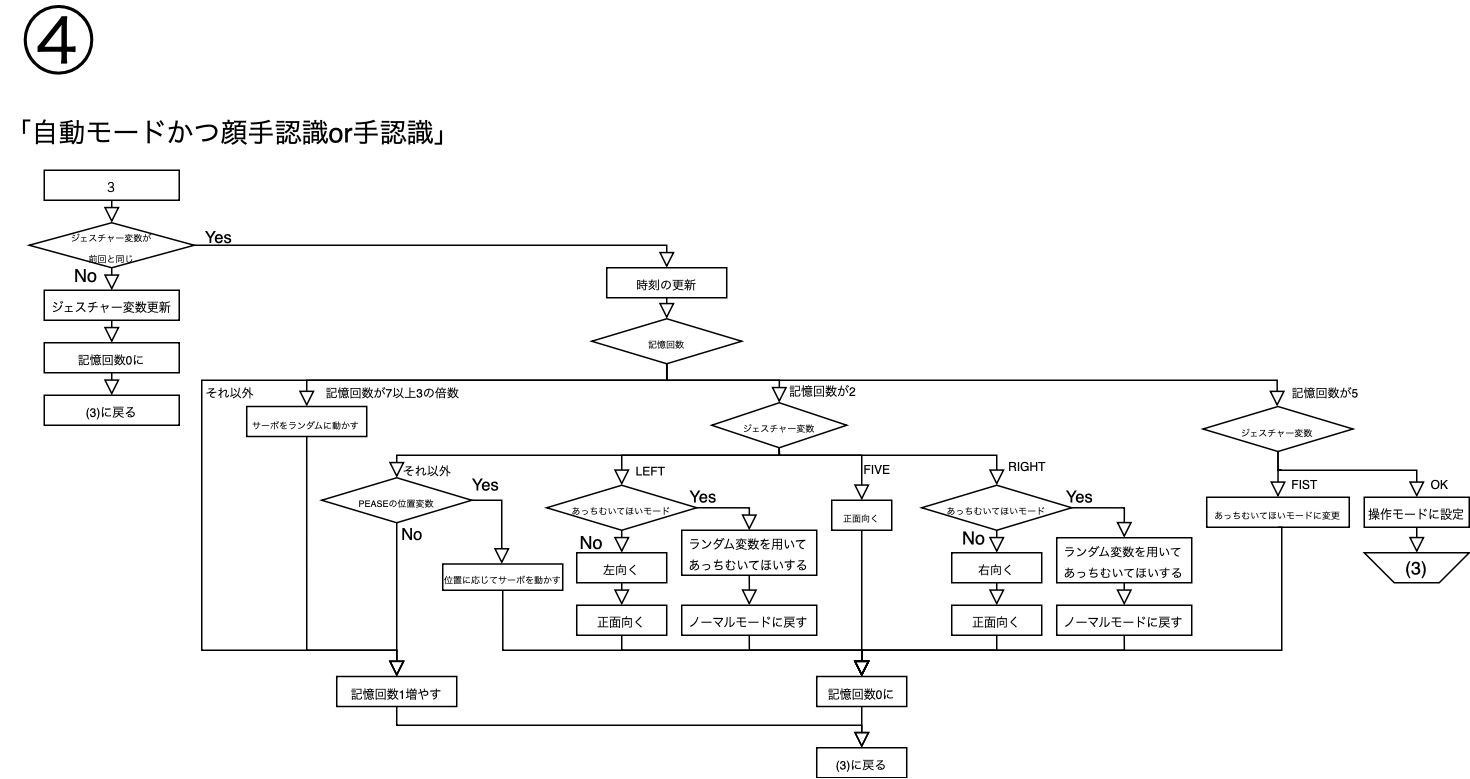
yaotaim/kawarobo.github.io keeps this draw.io diagram as images/kawarobo/hand_jes.drawio.png. Above is the earlier version. Source tidied: cells renumbered, new cells last; positions are measured from the earlier drawing's top-left corner, leaving out a move shared by most shapes.
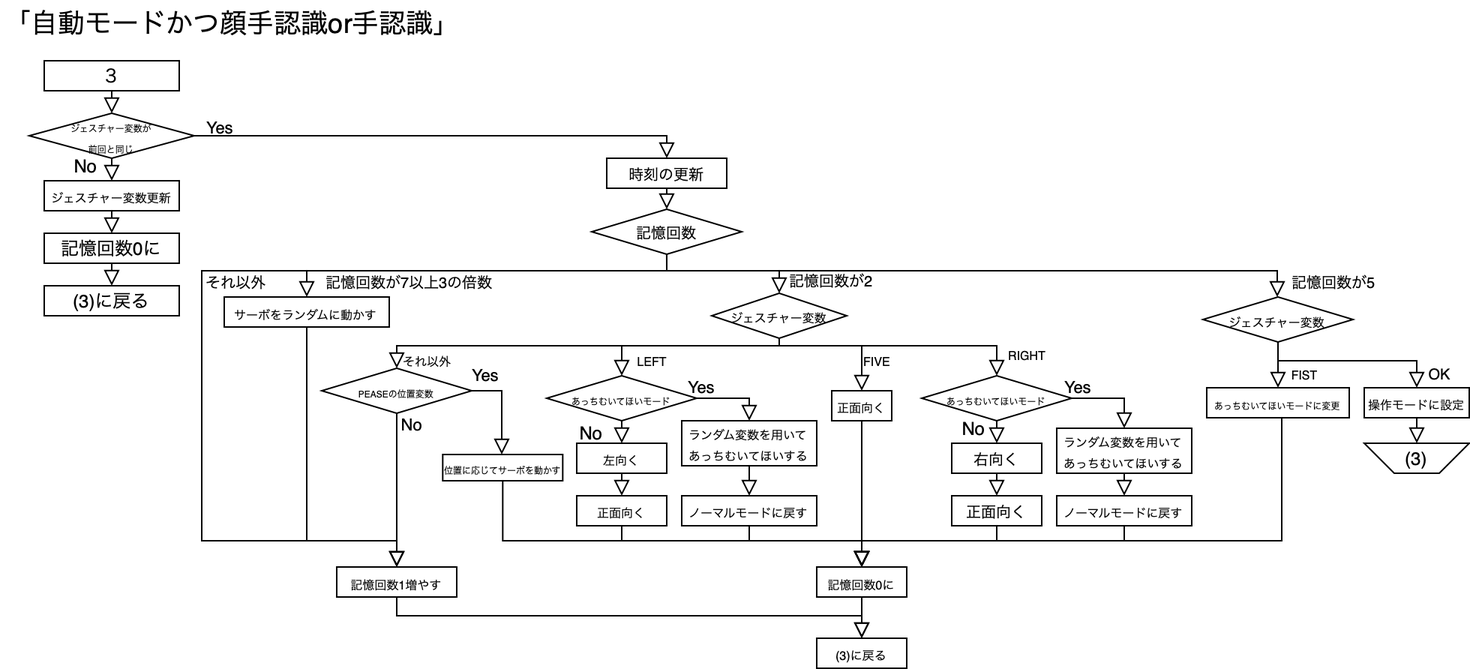
Later version of the same file.

The edit, as a diff of the source:
```diff
@@ -18,28 +18,28 @@
     <mxCell id="5" value="No" style="text;html=1;align=center;verticalAlign=middle;whiteSpace=wrap;rounded=0;" parent="1" vertex="1">
       <mxGeometry x="27.4" y="155" width="60" height="30" as="geometry" />
     </mxCell>
-    <mxCell id="6" value="&lt;span style=&quot;font-size: 8px;&quot;&gt;時刻の更新&lt;/span&gt;" style="rounded=0;whiteSpace=wrap;html=1;" parent="1" vertex="1">
+    <mxCell id="6" value="&lt;font style=&quot;font-size: 10px;&quot;&gt;時刻の更新&lt;/font&gt;" style="rounded=0;whiteSpace=wrap;html=1;" parent="1" vertex="1">
       <mxGeometry x="404" y="165" width="80" height="20" as="geometry" />
     </mxCell>
     <mxCell id="7" style="rounded=0;html=1;jettySize=auto;fontSize=11;endArrow=block;endFill=0;endSize=8;strokeWidth=1;shadow=0;labelBackgroundColor=none;edgeStyle=orthogonalEdgeStyle;exitX=0.5;exitY=1;exitDx=0;exitDy=0;entryX=0.5;entryY=0;entryDx=0;entryDy=0;" parent="1" edge="1" source="6" target="12">
       <mxGeometry relative="1" as="geometry" />
     </mxCell>
-    <mxCell id="8" value="&lt;span style=&quot;font-size: 8px;&quot;&gt;ジェスチャー変数更新&lt;/span&gt;" style="rounded=0;whiteSpace=wrap;html=1;" parent="1" vertex="1">
+    <mxCell id="8" value="&lt;font style=&quot;font-size: 8px;&quot;&gt;ジェスチャー変数更新&lt;/font&gt;" style="rounded=0;whiteSpace=wrap;html=1;" parent="1" vertex="1">
       <mxGeometry x="29" y="180" width="90" height="20" as="geometry" />
     </mxCell>
     <mxCell id="9" style="rounded=0;html=1;jettySize=auto;fontSize=11;endArrow=block;endFill=0;endSize=8;strokeWidth=1;shadow=0;labelBackgroundColor=none;edgeStyle=orthogonalEdgeStyle;exitX=0.5;exitY=1;exitDx=0;exitDy=0;entryX=0.5;entryY=0;entryDx=0;entryDy=0;" parent="1" edge="1" source="8" target="10">
       <mxGeometry relative="1" as="geometry" />
     </mxCell>
-    <mxCell id="10" value="&lt;span style=&quot;font-size: 8px;&quot;&gt;記憶回数0に&lt;/span&gt;" style="rounded=0;whiteSpace=wrap;html=1;" parent="1" vertex="1">
+    <mxCell id="10" value="&lt;font style=&quot;font-size: 12px;&quot;&gt;記憶回数0に&lt;/font&gt;" style="rounded=0;whiteSpace=wrap;html=1;" parent="1" vertex="1">
       <mxGeometry x="29" y="215" width="90" height="20" as="geometry" />
     </mxCell>
     <mxCell id="11" style="rounded=0;html=1;jettySize=auto;fontSize=11;endArrow=block;endFill=0;endSize=8;strokeWidth=1;shadow=0;labelBackgroundColor=none;edgeStyle=orthogonalEdgeStyle;exitX=0.5;exitY=1;exitDx=0;exitDy=0;entryX=0.5;entryY=0;entryDx=0;entryDy=0;" parent="1" edge="1" source="10" target="70">
       <mxGeometry relative="1" as="geometry" />
     </mxCell>
-    <mxCell id="12" value="&lt;span style=&quot;font-size: 6px;&quot;&gt;記憶回数&lt;/span&gt;" style="rhombus;whiteSpace=wrap;html=1;" parent="1" vertex="1">
+    <mxCell id="12" value="&lt;font style=&quot;font-size: 10px;&quot;&gt;記憶回数&lt;/font&gt;" style="rhombus;whiteSpace=wrap;html=1;" parent="1" vertex="1">
       <mxGeometry x="394" y="199" width="100" height="30" as="geometry" />
     </mxCell>
-    <mxCell id="13" value="&lt;span style=&quot;font-size: 8px;&quot;&gt;３&lt;/span&gt;" style="rounded=0;whiteSpace=wrap;html=1;" parent="1" vertex="1">
+    <mxCell id="13" value="&lt;font style=&quot;font-size: 12px;&quot;&gt;３&lt;/font&gt;" style="rounded=0;whiteSpace=wrap;html=1;" parent="1" vertex="1">
       <mxGeometry x="29" y="100" width="90" height="20" as="geometry" />
     </mxCell>
     <mxCell id="14" style="rounded=0;html=1;jettySize=auto;fontSize=11;endArrow=block;endFill=0;endSize=8;strokeWidth=1;shadow=0;labelBackgroundColor=none;edgeStyle=orthogonalEdgeStyle;exitX=0.5;exitY=1;exitDx=0;exitDy=0;entryX=0.5;entryY=0;entryDx=0;entryDy=0;" parent="1" edge="1" source="13" target="2">
@@ -48,7 +48,7 @@
     <mxCell id="15" value="&lt;font style=&quot;font-size: 18px;&quot;&gt;「自動モードかつ&lt;font&gt;顔手認識or手認識」&lt;/font&gt;&lt;/font&gt;" style="text;html=1;align=center;verticalAlign=middle;whiteSpace=wrap;rounded=0;" parent="1" vertex="1">
       <mxGeometry y="60" width="310" height="30" as="geometry" />
     </mxCell>
-    <mxCell id="16" value="&lt;span style=&quot;font-size: 6px;&quot;&gt;ジェスチャー変数&lt;/span&gt;" style="rhombus;whiteSpace=wrap;html=1;" parent="1" vertex="1">
+    <mxCell id="16" value="&lt;font style=&quot;font-size: 8px;&quot;&gt;ジェスチャー変数&lt;/font&gt;" style="rhombus;whiteSpace=wrap;html=1;" parent="1" vertex="1">
       <mxGeometry x="474" y="255" width="90" height="30" as="geometry" />
     </mxCell>
     <mxCell id="17" value="&lt;font style=&quot;font-size: 8px;&quot;&gt;RIGHT&lt;/font&gt;" style="rounded=0;html=1;jettySize=auto;fontSize=11;endArrow=block;endFill=0;endSize=8;strokeWidth=1;shadow=0;labelBackgroundColor=none;edgeStyle=orthogonalEdgeStyle;exitX=0.5;exitY=1;exitDx=0;exitDy=0;entryX=0.5;entryY=0;entryDx=0;entryDy=0;" parent="1" edge="1" source="16" target="18">
@@ -81,13 +81,13 @@
     <mxCell id="23" style="rounded=0;html=1;jettySize=auto;fontSize=11;endArrow=block;endFill=0;endSize=8;strokeWidth=1;shadow=0;labelBackgroundColor=none;edgeStyle=orthogonalEdgeStyle;exitX=0.5;exitY=1;exitDx=0;exitDy=0;entryX=0.5;entryY=0;entryDx=0;entryDy=0;" parent="1" edge="1" source="22" target="27">
       <mxGeometry relative="1" as="geometry" />
     </mxCell>
-    <mxCell id="24" value="&lt;span style=&quot;font-size: 8px;&quot;&gt;右向く&lt;/span&gt;" style="rounded=0;whiteSpace=wrap;html=1;" parent="1" vertex="1">
+    <mxCell id="24" value="&lt;font style=&quot;font-size: 10px;&quot;&gt;右向く&lt;/font&gt;" style="rounded=0;whiteSpace=wrap;html=1;" parent="1" vertex="1">
       <mxGeometry x="634" y="355" width="60" height="20" as="geometry" />
     </mxCell>
     <mxCell id="25" style="rounded=0;html=1;jettySize=auto;fontSize=11;endArrow=block;endFill=0;endSize=8;strokeWidth=1;shadow=0;labelBackgroundColor=none;edgeStyle=orthogonalEdgeStyle;exitX=0.5;exitY=1;exitDx=0;exitDy=0;entryX=0.5;entryY=0;entryDx=0;entryDy=0;" parent="1" edge="1" source="24" target="26">
       <mxGeometry relative="1" as="geometry" />
     </mxCell>
-    <mxCell id="26" value="&lt;span style=&quot;font-size: 8px;&quot;&gt;正面向く&lt;/span&gt;" style="rounded=0;whiteSpace=wrap;html=1;" parent="1" vertex="1">
+    <mxCell id="26" value="&lt;font style=&quot;font-size: 10px;&quot;&gt;正面向く&lt;/font&gt;" style="rounded=0;whiteSpace=wrap;html=1;" parent="1" vertex="1">
       <mxGeometry x="634" y="390" width="60" height="20" as="geometry" />
     </mxCell>
     <mxCell id="27" value="&lt;span style=&quot;font-size: 8px;&quot;&gt;ノーマルモードに戻す&lt;/span&gt;" style="rounded=0;whiteSpace=wrap;html=1;" parent="1" vertex="1">
@@ -101,7 +101,7 @@
         </Array>
       </mxGeometry>
     </mxCell>
-    <mxCell id="29" value="&lt;font style=&quot;font-size: 6px;&quot;&gt;正面向く&lt;/font&gt;" style="rounded=0;whiteSpace=wrap;html=1;" parent="1" vertex="1">
+    <mxCell id="29" value="&lt;font style=&quot;font-size: 8px;&quot;&gt;正面向く&lt;/font&gt;" style="rounded=0;whiteSpace=wrap;html=1;" parent="1" vertex="1">
       <mxGeometry x="554" y="320" width="40" height="20" as="geometry" />
     </mxCell>
     <mxCell id="30" value="&lt;font style=&quot;font-size: 8px;&quot;&gt;LEFT&lt;/font&gt;" style="rounded=0;html=1;jettySize=auto;fontSize=11;endArrow=block;endFill=0;endSize=8;strokeWidth=1;shadow=0;labelBackgroundColor=none;edgeStyle=orthogonalEdgeStyle;exitX=0.5;exitY=1;exitDx=0;exitDy=0;entryX=0.5;entryY=0;entryDx=0;entryDy=0;" parent="1" edge="1" source="16" target="31">
@@ -241,8 +241,8 @@
         </Array>
       </mxGeometry>
     </mxCell>
-    <mxCell id="54" value="&lt;span style=&quot;font-size: 6px;&quot;&gt;サーボをランダムに動かす&lt;/span&gt;" style="rounded=0;whiteSpace=wrap;html=1;" parent="1" vertex="1">
-      <mxGeometry x="164" y="257.5" width="80" height="20" as="geometry" />
+    <mxCell id="54" value="&lt;font style=&quot;font-size: 8px;&quot;&gt;サーボをランダムに動かす&lt;/font&gt;" style="rounded=0;whiteSpace=wrap;html=1;" parent="1" vertex="1">
+      <mxGeometry x="149" y="257.5" width="110" height="20" as="geometry" />
     </mxCell>
     <mxCell id="55" style="rounded=0;html=1;jettySize=auto;fontSize=11;endArrow=block;endFill=0;endSize=8;strokeWidth=1;shadow=0;labelBackgroundColor=none;edgeStyle=orthogonalEdgeStyle;exitX=0.5;exitY=1;exitDx=0;exitDy=0;entryX=0.5;entryY=0;entryDx=0;entryDy=0;" parent="1" edge="1" source="54" target="46">
       <mxGeometry relative="1" as="geometry">
@@ -252,7 +252,7 @@
         </Array>
       </mxGeometry>
     </mxCell>
-    <mxCell id="56" value="&lt;div style=&quot;text-align: center;&quot;&gt;&lt;span style=&quot;font-size: 8px; text-wrap-mode: nowrap;&quot;&gt;記憶回数が7以上3の倍数&lt;/span&gt;&lt;/div&gt;" style="text;whiteSpace=wrap;html=1;" parent="1" vertex="1">
+    <mxCell id="56" value="&lt;div style=&quot;text-align: center;&quot;&gt;&lt;span style=&quot;text-wrap-mode: nowrap;&quot;&gt;&lt;font style=&quot;font-size: 10px;&quot;&gt;記憶回数が7以上3の倍数&lt;/font&gt;&lt;/span&gt;&lt;/div&gt;" style="text;whiteSpace=wrap;html=1;" parent="1" vertex="1">
       <mxGeometry x="214.7" y="234" width="80" height="36" as="geometry" />
     </mxCell>
     <mxCell id="57" style="rounded=0;html=1;jettySize=auto;fontSize=11;endArrow=block;endFill=0;endSize=8;strokeWidth=1;shadow=0;labelBackgroundColor=none;edgeStyle=orthogonalEdgeStyle;entryX=0.5;entryY=0;entryDx=0;entryDy=0;exitX=0.5;exitY=1;exitDx=0;exitDy=0;" parent="1" edge="1" source="48" target="74">
@@ -263,7 +263,7 @@
         </Array>
       </mxGeometry>
     </mxCell>
-    <mxCell id="58" value="&lt;span style=&quot;font-size: 6px;&quot;&gt;ジェスチャー変数&lt;/span&gt;" style="rhombus;whiteSpace=wrap;html=1;" parent="1" vertex="1">
+    <mxCell id="58" value="&lt;font style=&quot;font-size: 8px;&quot;&gt;ジェスチャー変数&lt;/font&gt;" style="rhombus;whiteSpace=wrap;html=1;" parent="1" vertex="1">
       <mxGeometry x="801.5" y="257.5" width="100" height="30" as="geometry" />
     </mxCell>
     <mxCell id="59" value="&lt;font style=&quot;font-size: 8px;&quot;&gt;操作モードに&lt;/font&gt;&lt;font style=&quot;font-size: 8px;&quot;&gt;設定&lt;/font&gt;" style="rounded=0;whiteSpace=wrap;html=1;" parent="1" vertex="1">
@@ -277,7 +277,7 @@
         </Array>
       </mxGeometry>
     </mxCell>
-    <mxCell id="61" value="&lt;font style=&quot;font-size: 8px;&quot;&gt;OK&lt;/font&gt;" style="text;html=1;align=center;verticalAlign=middle;strokeColor=none;fillColor=none;" parent="1" vertex="1">
+    <mxCell id="61" value="&lt;font style=&quot;font-size: 10px;&quot;&gt;OK&lt;/font&gt;" style="text;html=1;align=center;verticalAlign=middle;strokeColor=none;fillColor=none;" parent="1" vertex="1">
       <mxGeometry x="938.7" y="292.5" width="40" height="30" as="geometry" />
     </mxCell>
     <mxCell id="62" style="group;" parent="1" vertex="1">
@@ -315,10 +315,10 @@
     <mxCell id="69" style="rounded=0;html=1;jettySize=auto;fontSize=11;endArrow=block;endFill=0;endSize=8;strokeWidth=1;shadow=0;labelBackgroundColor=none;edgeStyle=orthogonalEdgeStyle;exitX=0.5;exitY=1;exitDx=0;exitDy=0;entryX=0.5;entryY=1;entryDx=0;entryDy=0;" parent="1" edge="1" source="59" target="63">
       <mxGeometry relative="1" as="geometry" />
     </mxCell>
-    <mxCell id="70" value="&lt;span style=&quot;font-size: 8px;&quot;&gt;(3)に戻る&lt;/span&gt;" style="rounded=0;whiteSpace=wrap;html=1;" parent="1" vertex="1">
+    <mxCell id="70" value="&lt;font style=&quot;font-size: 12px;&quot;&gt;(3)に戻る&lt;/font&gt;" style="rounded=0;whiteSpace=wrap;html=1;" parent="1" vertex="1">
       <mxGeometry x="29" y="250" width="90" height="20" as="geometry" />
     </mxCell>
-    <mxCell id="71" value="&lt;div style=&quot;text-align: center;&quot;&gt;&lt;span style=&quot;font-size: 8px; text-wrap-mode: nowrap;&quot;&gt;記憶回数が5&lt;/span&gt;&lt;/div&gt;" style="text;whiteSpace=wrap;html=1;" parent="1" vertex="1">
+    <mxCell id="71" value="&lt;div style=&quot;text-align: center;&quot;&gt;&lt;span style=&quot;text-wrap-mode: nowrap;&quot;&gt;&lt;font style=&quot;font-size: 10px;&quot;&gt;記憶回数が5&lt;/font&gt;&lt;/span&gt;&lt;/div&gt;" style="text;whiteSpace=wrap;html=1;" parent="1" vertex="1">
       <mxGeometry x="858.7" y="234" width="50.3" height="27" as="geometry" />
     </mxCell>
     <mxCell id="72" style="rounded=0;html=1;jettySize=auto;fontSize=11;endArrow=block;endFill=0;endSize=8;strokeWidth=1;shadow=0;labelBackgroundColor=none;edgeStyle=orthogonalEdgeStyle;exitX=0.5;exitY=1;exitDx=0;exitDy=0;entryX=0.5;entryY=0;entryDx=0;entryDy=0;" parent="1" edge="1" source="12" target="46">
@@ -331,7 +331,7 @@
         </Array>
       </mxGeometry>
     </mxCell>
-    <mxCell id="73" value="&lt;div style=&quot;text-align: center;&quot;&gt;&lt;span style=&quot;font-size: 8px; text-wrap-mode: nowrap;&quot;&gt;それ以外&lt;/span&gt;&lt;/div&gt;" style="text;whiteSpace=wrap;html=1;" parent="1" vertex="1">
+    <mxCell id="73" value="&lt;div style=&quot;text-align: center;&quot;&gt;&lt;span style=&quot;text-wrap-mode: nowrap;&quot;&gt;&lt;font style=&quot;font-size: 10px;&quot;&gt;それ以外&lt;/font&gt;&lt;/span&gt;&lt;/div&gt;" style="text;whiteSpace=wrap;html=1;" parent="1" vertex="1">
       <mxGeometry x="135" y="234" width="40" height="25" as="geometry" />
     </mxCell>
     <mxCell id="74" value="&lt;span style=&quot;font-size: 8px;&quot;&gt;(3)に戻る&lt;/span&gt;" style="rounded=0;whiteSpace=wrap;html=1;" parent="1" vertex="1">
@@ -362,14 +362,11 @@
         </Array>
       </mxGeometry>
     </mxCell>
-    <mxCell id="78" value="&lt;div style=&quot;text-align: center;&quot;&gt;&lt;span style=&quot;font-size: 8px; text-wrap-mode: nowrap;&quot;&gt;記憶回数が2&lt;/span&gt;&lt;/div&gt;" style="text;whiteSpace=wrap;html=1;" parent="1" vertex="1">
+    <mxCell id="78" value="&lt;div style=&quot;text-align: center;&quot;&gt;&lt;span style=&quot;text-wrap-mode: nowrap;&quot;&gt;&lt;font style=&quot;font-size: 10px;&quot;&gt;記憶回数が2&lt;/font&gt;&lt;/span&gt;&lt;/div&gt;" style="text;whiteSpace=wrap;html=1;" parent="1" vertex="1">
       <mxGeometry x="524" y="233" width="50" height="27" as="geometry" />
     </mxCell>
     <mxCell id="79" value="No" style="rounded=0;html=1;jettySize=auto;fontSize=11;endArrow=block;endFill=0;endSize=8;strokeWidth=1;shadow=0;labelBackgroundColor=none;edgeStyle=orthogonalEdgeStyle;exitX=0.5;exitY=1;exitDx=0;exitDy=0;entryX=0.5;entryY=0;entryDx=0;entryDy=0;" parent="1" edge="1" source="42" target="46">
       <mxGeometry x="-0.85" y="10" relative="1" as="geometry" />
     </mxCell>
-    <mxCell id="80" value="&lt;font style=&quot;font-size: 48px;&quot;&gt;④&lt;/font&gt;" style="text;html=1;align=center;verticalAlign=middle;whiteSpace=wrap;rounded=0;" parent="1" vertex="1">
-      <mxGeometry x="9" width="60" height="30" as="geometry" />
-    </mxCell>
   </root>
 </mxGraphModel>
```
